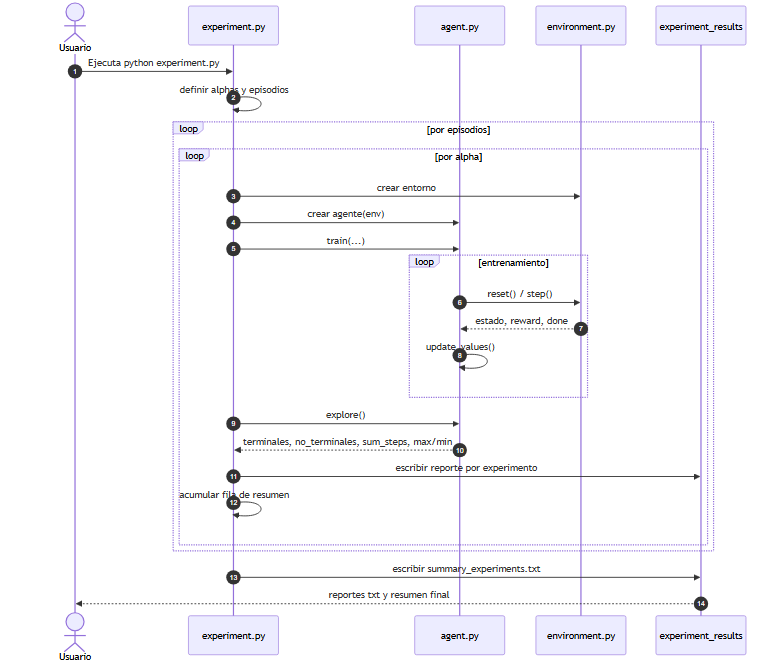
This is app_proyecto_apr/secuencia_experimentos.png from mc-torreso1-uniandes-edu-co/maia-proyecto-apr, a Mermaid export, as it was before one commit. Its source is kept beside it as app_proyecto_apr/secuencia_experimentos.mmd.
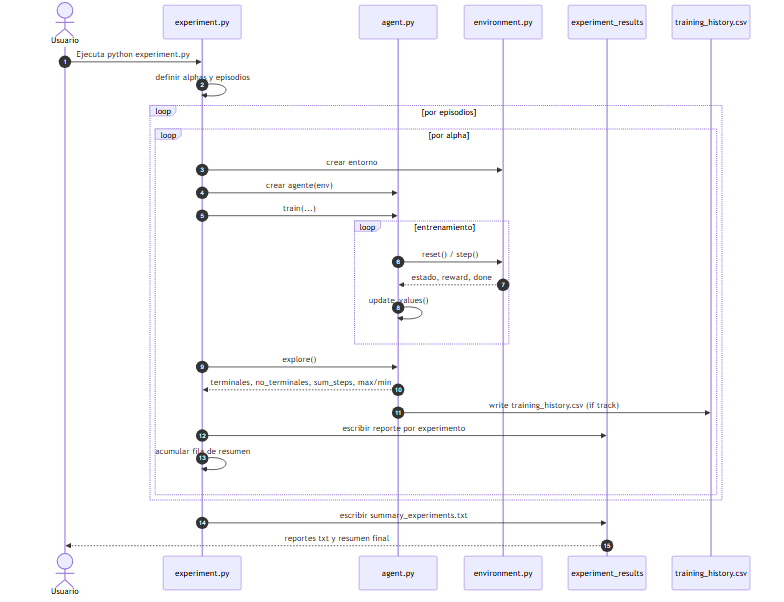
Above is the later version.

What changed in the source:
```diff
@@ -5,6 +5,7 @@
     participant agent as agent.py
     participant env as environment.py
     participant rep as experiment_results
+    participant history as training_history.csv
 
     Usuario->>exp: Ejecuta python experiment.py
     exp->>exp: definir alphas y episodios
@@ -20,6 +21,7 @@
             end
             exp->>agent: explore()
             agent-->>exp: terminales, no_terminales, sum_steps, max/min
+            agent->>history: write training_history.csv (if track)
             exp->>rep: escribir reporte por experimento
             exp->>exp: acumular fila de resumen
         end
```
